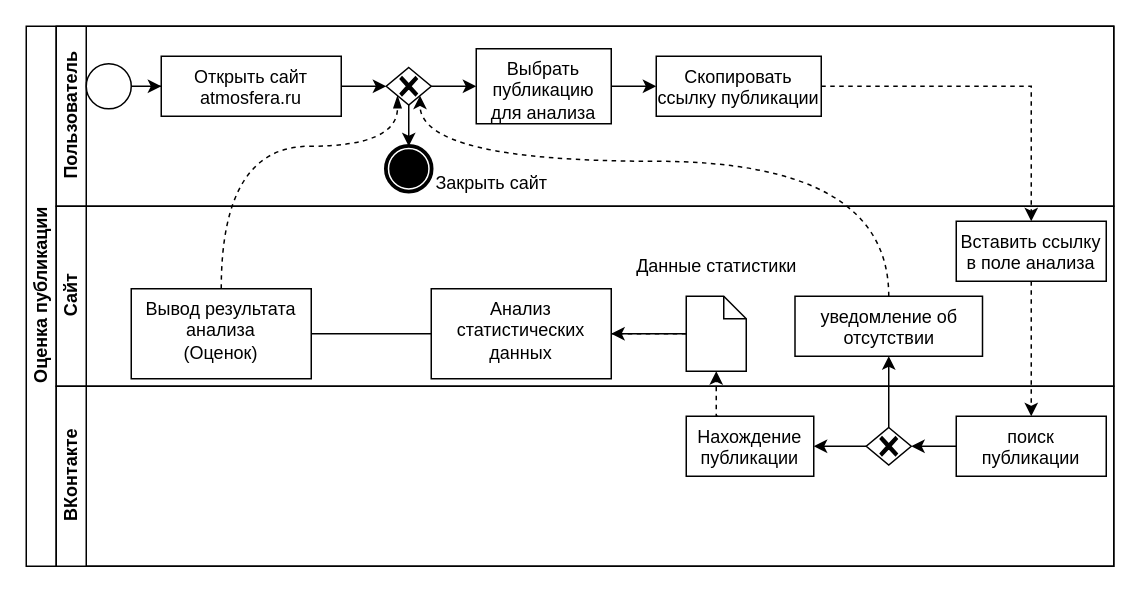
Before: bpmn.drawio in l-voff/metods_rep, a draw.io diagram. Source tidied: cells renumbered, new cells numbered last; positions are measured from the earlier drawing's top-left corner, leaving out a move shared by most shapes. Both pictures are drawn from the tidied source at 150%, with x=0, y=0 at pixel (26, 26).
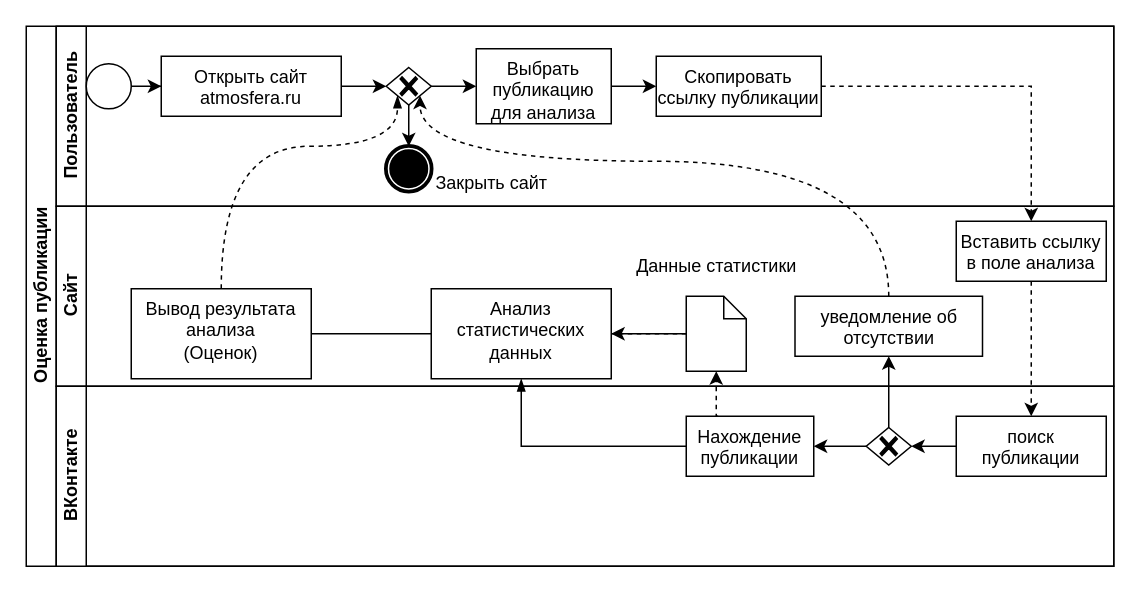
After the change.

Unchanged cells that the change refers to:
```xml
<mxCell id="2" value="Оценка публикации" style="swimlane;horizontal=0;startSize=20;html=1;" parent="1" vertex="1">
  <mxGeometry width="725" height="360" as="geometry" />
</mxCell>
<mxCell id="16" value="Сайт" style="swimlane;startSize=20;horizontal=0;html=1;" parent="2" vertex="1">
  <mxGeometry x="20" y="120" width="705" height="120" as="geometry" />
</mxCell>
<mxCell id="23" value="Анализ статистических данных" style="whiteSpace=wrap;html=1;verticalAlign=top;" parent="16" vertex="1">
  <mxGeometry x="250" y="55" width="120" height="60" as="geometry" />
</mxCell>
<mxCell id="30" value="Нахождение публикации" style="whiteSpace=wrap;html=1;verticalAlign=top;labelBackgroundColor=#ffffff;" parent="25" vertex="1">
  <mxGeometry x="420" y="20" width="85" height="40" as="geometry" />
</mxCell>
```

What changed in the source:
```diff
@@
+    <mxCell id="38" style="edgeStyle=none;rounded=0;orthogonalLoop=1;jettySize=auto;html=1;entryX=0.5;entryY=1;entryDx=0;entryDy=0;dashed=1;endArrow=blockThin;endFill=1;" parent="16" edge="1" source="23" target="23">
+      <mxGeometry relative="1" as="geometry" />
+    </mxCell>
@@
+    <mxCell id="39" style="edgeStyle=orthogonalEdgeStyle;rounded=0;jettySize=auto;html=1;exitX=0;exitY=0.5;exitDx=0;exitDy=0;entryX=0.5;entryY=1;entryDx=0;entryDy=0;endArrow=blockThin;endFill=1;" parent="2" edge="1" source="30" target="23">
+      <mxGeometry relative="1" as="geometry" />
+    </mxCell>
```
